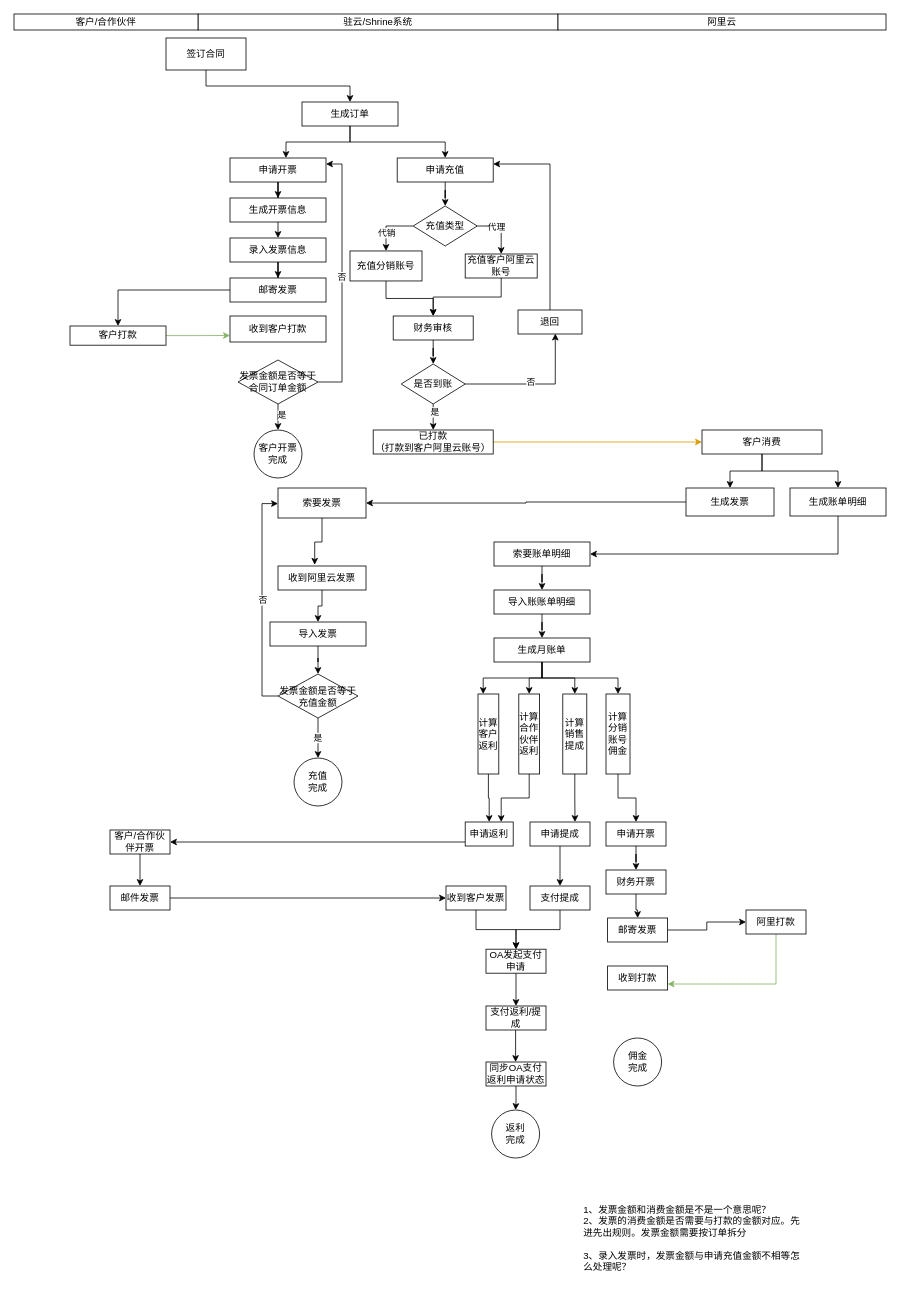
Earlier version of the draw.io diagram shrine-doc/云资源业务流程.drawio (easefulfil/CLOUDCARE). Source tidied: cells renumbered, new cells numbered last; positions are measured from the earlier drawing's top-left corner, leaving out a move shared by most shapes. Both pictures are drawn from the tidied source at 80%, with x=0, y=0 at pixel (14, 14).
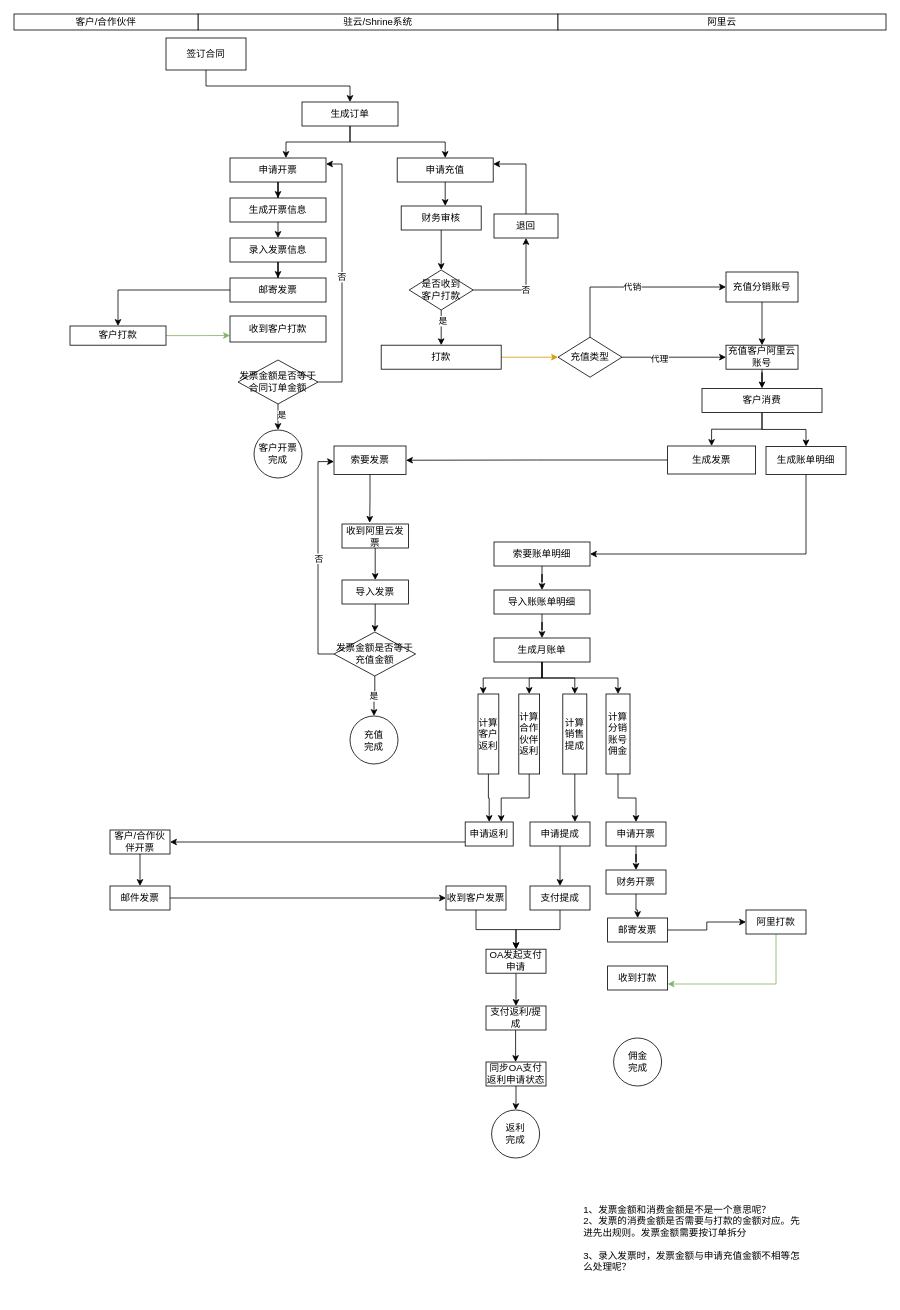
The same page after the edit.

Commit message:
Update 云资源业务流程.drawio

The change refers to these unchanged cells:
```xml
<mxCell id="8" value="申请充值" style="rounded=0;whiteSpace=wrap;html=1;" parent="1" vertex="1">
  <mxGeometry x="479" y="180" width="120" height="30" as="geometry" />
</mxCell>
```

Diff of the diagram source:
```diff
@@
-    <mxCell id="7" style="edgeStyle=orthogonalEdgeStyle;rounded=0;jettySize=auto;html=1;entryX=0.5;entryY=0;entryDx=0;entryDy=0;" parent="1" edge="1" source="8" target="26">
-      <mxGeometry relative="1" as="geometry" />
+    <mxCell id="7" style="edgeStyle=orthogonalEdgeStyle;rounded=0;jettySize=auto;html=1;entryX=0.5;entryY=0;entryDx=0;entryDy=0;" parent="1" edge="1" source="8">
+      <mxGeometry relative="1" as="geometry">
+        <mxPoint x="539" y="240" as="targetPoint" />
+      </mxGeometry>
     </mxCell>
@@
     <mxCell id="10" value="财务审核" style="rounded=0;whiteSpace=wrap;html=1;" parent="1" vertex="1">
-      <mxGeometry x="474" y="377.5" width="100" height="30" as="geometry" />
+      <mxGeometry x="484" y="240" width="100" height="30" as="geometry" />
     </mxCell>
@@
-    <mxCell id="13" style="edgeStyle=orthogonalEdgeStyle;rounded=0;jettySize=auto;html=1;entryX=0.583;entryY=0.983;entryDx=0;entryDy=0;entryPerimeter=0;" parent="1" edge="1" source="15" target="19">
-      <mxGeometry relative="1" as="geometry">
-        <Array as="points">
-          <mxPoint x="677" y="463" />
-        </Array>
-      </mxGeometry>
-    </mxCell>
-    <mxCell id="14" value="否" style="edgeLabel;html=1;align=center;verticalAlign=middle;" parent="13" vertex="1">
-      <mxGeometry x="-0.08" y="3" relative="1" as="geometry" />
+    <mxCell id="14" value="否" style="edgeStyle=orthogonalEdgeStyle;rounded=0;jettySize=auto;html=1;entryX=0.5;entryY=1;entryDx=0;entryDy=0;" parent="1" edge="1" source="15" target="19">
+      <mxGeometry relative="1" as="geometry" />
     </mxCell>
-    <mxCell id="15" value="是否到账" style="rhombus;whiteSpace=wrap;html=1;" parent="1" vertex="1">
-      <mxGeometry x="484" y="437.5" width="80" height="50" as="geometry" />
+    <mxCell id="15" value="是否收到&lt;br&gt;客户打款" style="rhombus;whiteSpace=wrap;html=1;" parent="1" vertex="1">
+      <mxGeometry x="494" y="320" width="80" height="50" as="geometry" />
     </mxCell>
-    <mxCell id="16" style="edgeStyle=orthogonalEdgeStyle;rounded=0;jettySize=auto;html=1;fillColor=#ffe6cc;strokeColor=#d79b00;" parent="1" edge="1" source="17" target="52">
+    <mxCell id="16" style="edgeStyle=orthogonalEdgeStyle;rounded=0;jettySize=auto;html=1;fillColor=#ffe6cc;strokeColor=#d79b00;entryX=0;entryY=0.5;entryDx=0;entryDy=0;" parent="1" edge="1" source="17" target="26">
       <mxGeometry relative="1" as="geometry" />
     </mxCell>
-    <mxCell id="17" value="已打款&lt;br&gt;（打款到客户阿里云账号）" style="rounded=0;whiteSpace=wrap;html=1;" parent="1" vertex="1">
-      <mxGeometry x="449" y="520" width="150" height="30" as="geometry" />
+    <mxCell id="17" value="打款" style="rounded=0;whiteSpace=wrap;html=1;" parent="1" vertex="1">
+      <mxGeometry x="459" y="414" width="150" height="30" as="geometry" />
     </mxCell>
@@
     <mxCell id="19" value="退回" style="rounded=0;whiteSpace=wrap;html=1;" parent="1" vertex="1">
-      <mxGeometry x="630" y="370" width="80" height="30" as="geometry" />
+      <mxGeometry x="600" y="250" width="80" height="30" as="geometry" />
     </mxCell>
-    <mxCell id="20" style="edgeStyle=orthogonalEdgeStyle;rounded=0;jettySize=auto;html=1;entryX=0.5;entryY=0;entryDx=0;entryDy=0;" parent="1" edge="1" source="21" target="10">
-      <mxGeometry relative="1" as="geometry" />
-    </mxCell>
-    <mxCell id="21" value="充值分销账号" style="rounded=0;whiteSpace=wrap;html=1;" parent="1" vertex="1">
-      <mxGeometry x="420" y="296.2" width="90" height="37.5" as="geometry" />
-    </mxCell>
-    <mxCell id="22" style="edgeStyle=orthogonalEdgeStyle;rounded=0;jettySize=auto;html=1;exitX=1;exitY=0.5;exitDx=0;exitDy=0;entryX=0.5;entryY=0;entryDx=0;entryDy=0;" parent="1" edge="1" source="26" target="28">
-      <mxGeometry relative="1" as="geometry" />
-    </mxCell>
-    <mxCell id="23" value="代理" style="edgeLabel;html=1;align=center;verticalAlign=middle;" parent="22" vertex="1">
-      <mxGeometry x="-0.29" y="-1" relative="1" as="geometry" />
-    </mxCell>
-    <mxCell id="24" style="edgeStyle=orthogonalEdgeStyle;rounded=0;jettySize=auto;html=1;entryX=0.5;entryY=0;entryDx=0;entryDy=0;exitX=0;exitY=0.5;exitDx=0;exitDy=0;" parent="1" edge="1" source="26" target="21">
-      <mxGeometry relative="1" as="geometry" />
-    </mxCell>
-    <mxCell id="25" value="代销" style="edgeLabel;html=1;align=center;verticalAlign=middle;" parent="24" vertex="1">
-      <mxGeometry x="0.29" relative="1" as="geometry" />
-    </mxCell>
-    <mxCell id="26" value="充值类型" style="rhombus;whiteSpace=wrap;html=1;" parent="1" vertex="1">
-      <mxGeometry x="499" y="240" width="80" height="50" as="geometry" />
-    </mxCell>
-    <mxCell id="27" style="edgeStyle=orthogonalEdgeStyle;rounded=0;jettySize=auto;html=1;" parent="1" edge="1" source="28" target="10">
-      <mxGeometry relative="1" as="geometry" />
-    </mxCell>
-    <mxCell id="28" value="充值客户阿里云账号" style="rounded=0;whiteSpace=wrap;html=1;" parent="1" vertex="1">
-      <mxGeometry x="564" y="300" width="90" height="30" as="geometry" />
-    </mxCell>
@@
     <mxCell id="30" value="索要发票" style="rounded=0;whiteSpace=wrap;html=1;" parent="1" vertex="1">
-      <mxGeometry x="330" y="592.5" width="110" height="37.5" as="geometry" />
+      <mxGeometry x="400" y="540" width="90" height="35.5" as="geometry" />
     </mxCell>
@@
     <mxCell id="32" value="收到阿里云发票" style="rounded=0;whiteSpace=wrap;html=1;" parent="1" vertex="1">
-      <mxGeometry x="330" y="690" width="110" height="30" as="geometry" />
+      <mxGeometry x="410" y="637.5" width="83" height="30" as="geometry" />
     </mxCell>
@@
     <mxCell id="34" value="导入发票" style="rounded=0;whiteSpace=wrap;html=1;" parent="1" vertex="1">
-      <mxGeometry x="320" y="760" width="120" height="30" as="geometry" />
+      <mxGeometry x="410" y="707.5" width="83" height="30" as="geometry" />
     </mxCell>
@@
     <mxCell id="36" style="edgeStyle=orthogonalEdgeStyle;rounded=0;jettySize=auto;html=1;" parent="1" edge="1" source="38">
       <mxGeometry relative="1" as="geometry">
-        <mxPoint x="330" y="612" as="targetPoint" />
+        <mxPoint x="400" y="559.5" as="targetPoint" />
         <Array as="points">
-          <mxPoint x="310" y="853" />
-          <mxPoint x="310" y="612" />
+          <mxPoint x="380" y="800.5" />
+          <mxPoint x="380" y="559.5" />
         </Array>
       </mxGeometry>
     </mxCell>
@@
     <mxCell id="38" value="发票金额是否等于充值金额" style="rhombus;whiteSpace=wrap;html=1;" parent="1" vertex="1">
-      <mxGeometry x="330" y="825" width="100" height="55" as="geometry" />
+      <mxGeometry x="400" y="772.5" width="102" height="55" as="geometry" />
     </mxCell>
     <mxCell id="39" value="充值&lt;br&gt;完成" style="ellipse;whiteSpace=wrap;html=1;" parent="1" vertex="1">
-      <mxGeometry x="350" y="930" width="60" height="60" as="geometry" />
+      <mxGeometry x="420" y="877.5" width="60" height="60" as="geometry" />
     </mxCell>
@@
     <mxCell id="42" value="&lt;span&gt;生成发票&lt;/span&gt;" style="rounded=0;whiteSpace=wrap;html=1;" parent="1" vertex="1">
-      <mxGeometry x="840" y="592.5" width="110" height="35" as="geometry" />
+      <mxGeometry x="817" y="540" width="110" height="35" as="geometry" />
     </mxCell>
@@
     <mxCell id="44" value="&lt;span&gt;生成账单明细&lt;br&gt;&lt;/span&gt;" style="rounded=0;whiteSpace=wrap;html=1;" parent="1" vertex="1">
-      <mxGeometry x="970" y="592.5" width="120" height="35" as="geometry" />
+      <mxGeometry x="940" y="540.5" width="100" height="35" as="geometry" />
     </mxCell>
@@
     <mxCell id="52" value="客户消费" style="rounded=0;whiteSpace=wrap;html=1;" parent="1" vertex="1">
-      <mxGeometry x="860" y="520" width="150" height="30" as="geometry" />
+      <mxGeometry x="860" y="468" width="150" height="30" as="geometry" />
     </mxCell>
@@
+    <mxCell id="25" value="代销" style="edgeStyle=orthogonalEdgeStyle;rounded=0;jettySize=auto;html=1;entryX=0;entryY=0.5;entryDx=0;entryDy=0;exitX=0.5;exitY=0;exitDx=0;exitDy=0;" parent="1" edge="1" source="26" target="21">
+      <mxGeometry relative="1" as="geometry" />
+    </mxCell>
+    <mxCell id="26" value="充值类型" style="rhombus;whiteSpace=wrap;html=1;" parent="1" vertex="1">
+      <mxGeometry x="680" y="404" width="80" height="50" as="geometry" />
+    </mxCell>
+    <mxCell id="113" style="edgeStyle=orthogonalEdgeStyle;rounded=0;jettySize=auto;html=1;entryX=0.5;entryY=0;entryDx=0;entryDy=0;" parent="1" edge="1" source="21" target="28">
+      <mxGeometry relative="1" as="geometry" />
+    </mxCell>
+    <mxCell id="21" value="充值分销账号" style="rounded=0;whiteSpace=wrap;html=1;" parent="1" vertex="1">
+      <mxGeometry x="890" y="322.5" width="90" height="37.5" as="geometry" />
+    </mxCell>
+    <mxCell id="114" style="edgeStyle=orthogonalEdgeStyle;rounded=0;jettySize=auto;html=1;" parent="1" edge="1" source="28" target="52">
+      <mxGeometry relative="1" as="geometry" />
+    </mxCell>
+    <mxCell id="28" value="充值客户阿里云账号" style="rounded=0;whiteSpace=wrap;html=1;" parent="1" vertex="1">
+      <mxGeometry x="890" y="414" width="90" height="30" as="geometry" />
+    </mxCell>
+    <mxCell id="22" style="edgeStyle=orthogonalEdgeStyle;rounded=0;jettySize=auto;html=1;" parent="1" edge="1" source="26" target="28">
+      <mxGeometry relative="1" as="geometry" />
+    </mxCell>
+    <mxCell id="23" value="代理" style="edgeLabel;html=1;align=center;verticalAlign=middle;" parent="22" vertex="1">
+      <mxGeometry x="-0.29" y="-1" relative="1" as="geometry" />
+    </mxCell>
```
